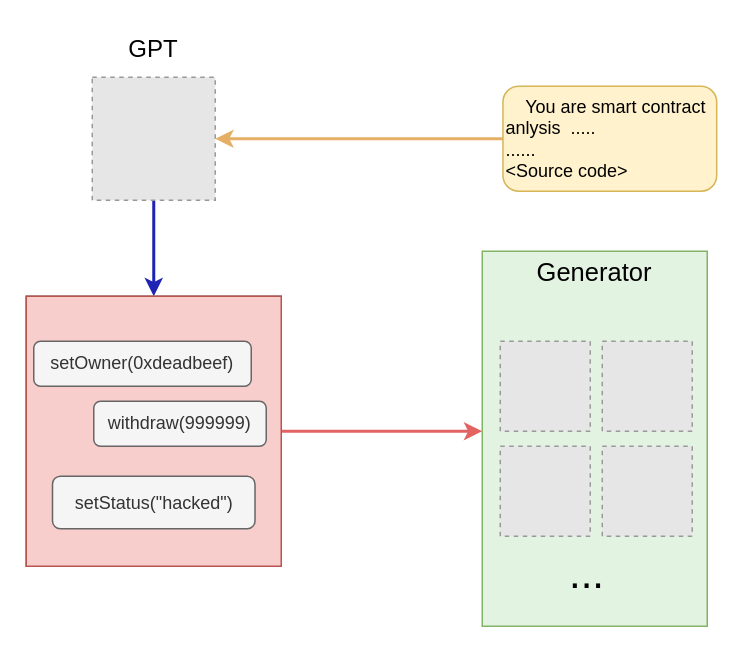
Before: llmad.drawio in reuvenb-nub/novel-smartcontract-fuzzing, a draw.io diagram. Source tidied: cells renumbered, new cells numbered last; positions are measured from the earlier drawing's top-left corner, leaving out a move shared by most shapes. Both pictures are drawn from the tidied source at 150%, with x=0, y=0 at pixel (26, 26). Pictures stored in the file or linked from it are replaced by grey dashed boxes.
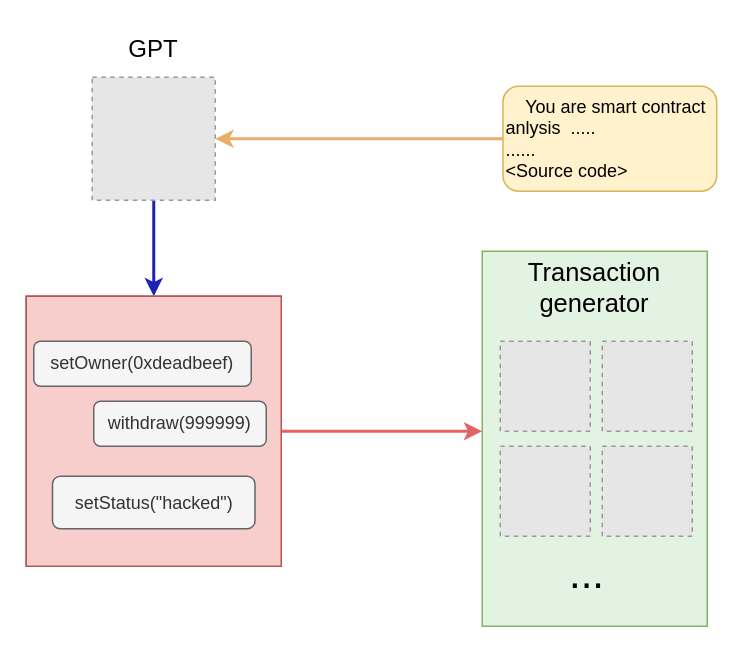
The same page after the edit.

Unchanged cells that the change refers to:
```xml
<mxCell id="2" style="group;" parent="1" vertex="1">
  <mxGeometry x="304" y="150" width="150" height="250" as="geometry" />
</mxCell>
```

The edit, as a diff of the source:
```diff
@@
-    <mxCell id="4" value="Generator" style="text;html=1;align=center;verticalAlign=middle;whiteSpace=wrap;rounded=0;fontSize=17;" parent="2" vertex="1">
-      <mxGeometry x="21.2" width="107.5" height="30" as="geometry" />
+    <mxCell id="4" value="&lt;div&gt;Transaction&lt;/div&gt;generator" style="text;html=1;align=center;verticalAlign=middle;whiteSpace=wrap;rounded=0;fontSize=17;" parent="2" vertex="1">
+      <mxGeometry x="21.2" y="10" width="107.5" height="30" as="geometry" />
     </mxCell>
```
